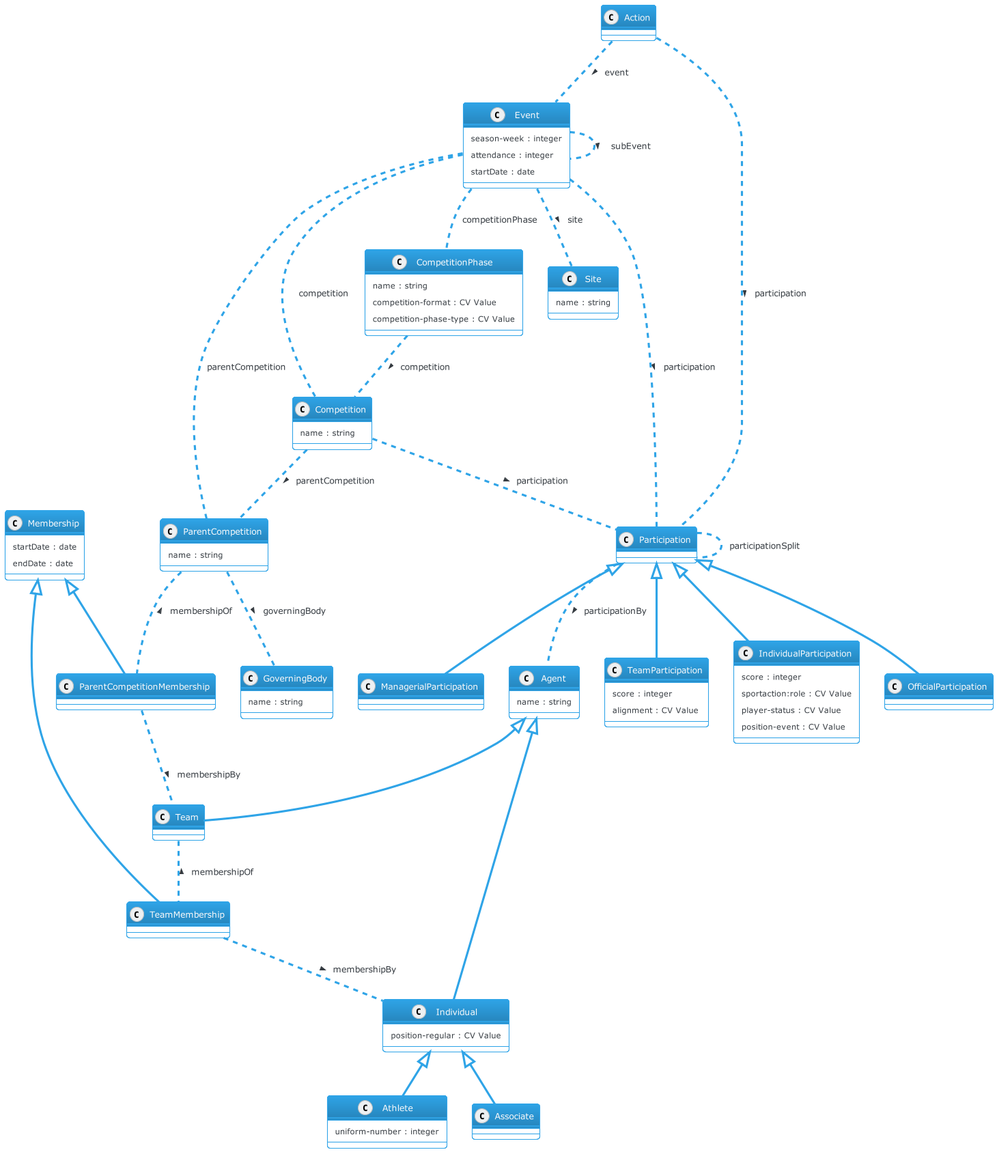
The PlantUML diagram docs/diagrams/iptc-sport-model.png in iptc/sport-schema, before a commit.
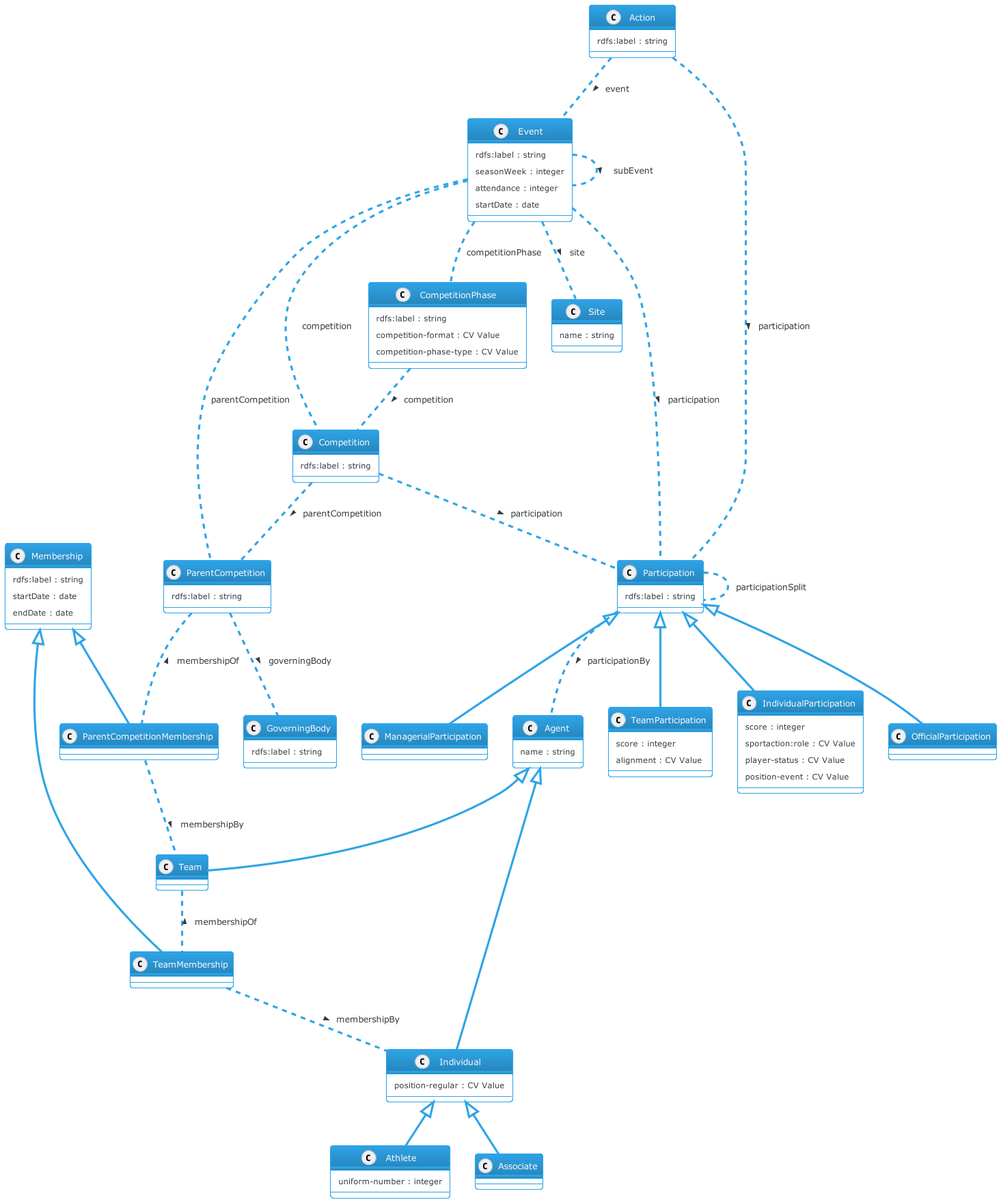
The same file after the commit.

What changed in the source:
```diff
@@ -3,32 +3,37 @@
 
 
 class GoverningBody {
-  name : string
+  rdfs:label : string
 }
 
 class ParentCompetition {
-  name : string
+  rdfs:label : string
 }
 
 class Competition {
-  name : string
+  rdfs:label : string
 }
 
 class CompetitionPhase {
-  name : string
+  rdfs:label : string
   competition-format : CV Value
   competition-phase-type : CV Value
 }
 
 class Event {
-  season-week : integer
+  rdfs:label : string
+  seasonWeek : integer
   attendance : integer
   startDate : date
 }
 
-class Action { }
+class Action {
+  rdfs:label : string
+}
 
-class Participation { }
+class Participation {
+  rdfs:label : string
+}
 
 Participation <|-- TeamParticipation
 class TeamParticipation {
@@ -51,6 +56,7 @@
 class ManagerialParticipation { }
 
 class Membership {
+  rdfs:label : string
   startDate : date
   endDate : date
 }
```
